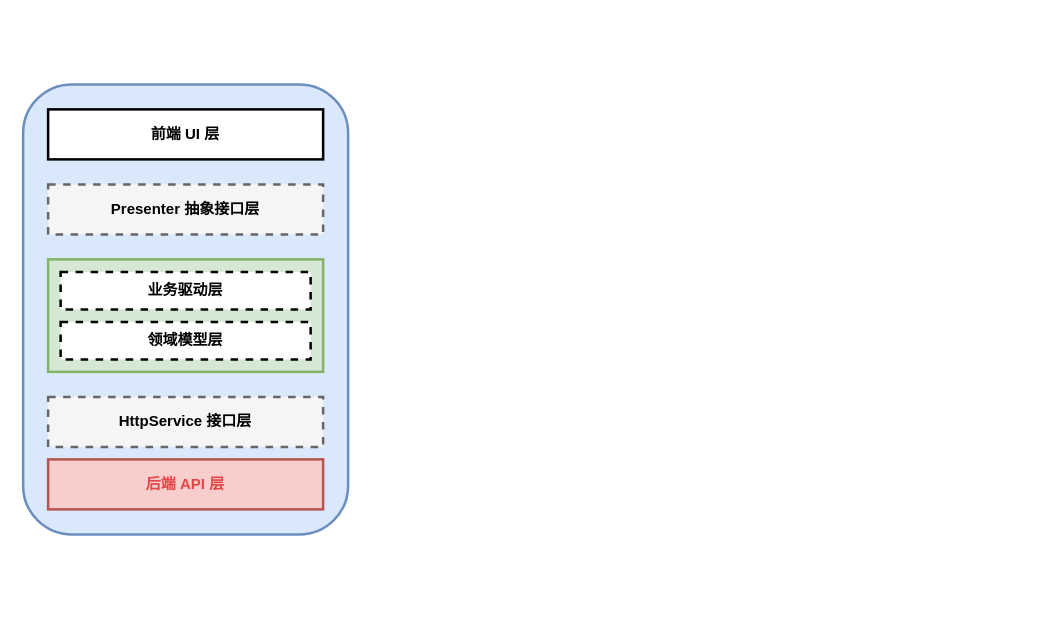
Earlier version of the draw.io diagram 15.drawio (ShawnTu/git-tutorial). Source tidied: cells renumbered, new cells numbered last; positions are measured from the earlier drawing's top-left corner, leaving out a move shared by most shapes. Both pictures are drawn from the tidied source at 125%, with x=0, y=0 at pixel (22, 84).
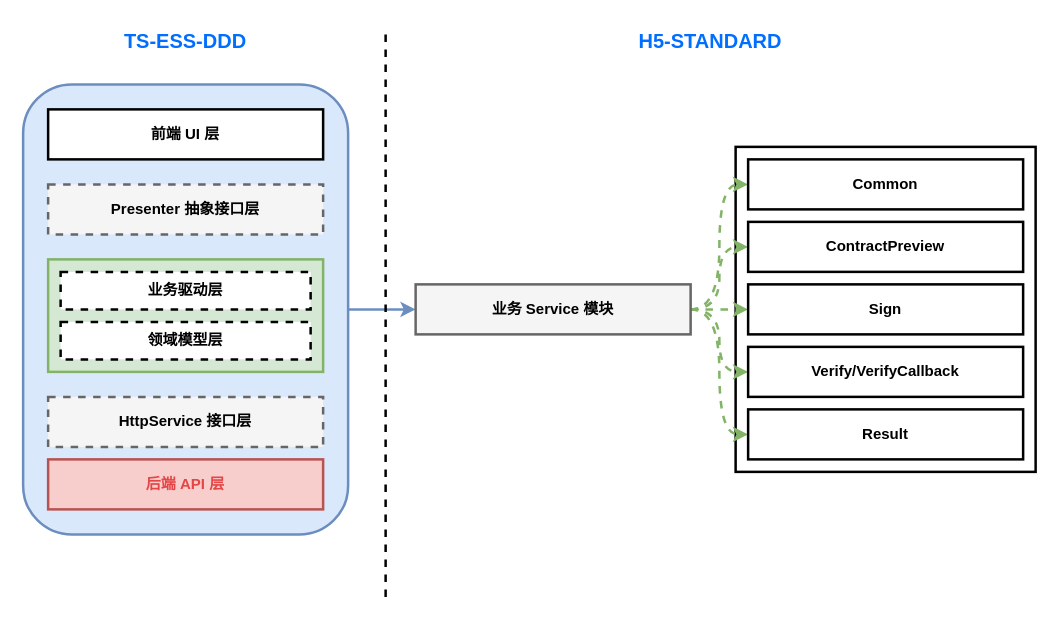
Above is the later version.

The change refers to these unchanged cells:
```xml
<mxCell id="2" style="rounded=1;whiteSpace=wrap;html=1;strokeWidth=2;fillColor=#dae8fc;strokeColor=#6c8ebf;" parent="1" vertex="1">
  <mxGeometry width="260" height="360" as="geometry" />
</mxCell>
```

Change to the diagram source:
```diff
@@
+    <mxCell id="10" style="rounded=0;whiteSpace=wrap;html=1;strokeWidth=2;fontColor=#000000;" parent="1" vertex="1">
+      <mxGeometry x="570" y="50" width="240" height="260" as="geometry" />
+    </mxCell>
+    <mxCell id="11" style="edgeStyle=orthogonalEdgeStyle;rounded=0;jettySize=auto;html=1;entryX=0;entryY=0.5;entryDx=0;entryDy=0;strokeWidth=2;fontColor=#000000;fillColor=#dae8fc;strokeColor=#6c8ebf;" parent="1" edge="1" source="2" target="17">
+      <mxGeometry relative="1" as="geometry" />
+    </mxCell>
@@
+    <mxCell id="12" style="edgeStyle=orthogonalEdgeStyle;rounded=0;jettySize=auto;html=1;entryX=0;entryY=0.5;entryDx=0;entryDy=0;strokeWidth=2;fontColor=#000000;curved=1;dashed=1;fillColor=#d5e8d4;strokeColor=#82b366;" parent="1" edge="1" source="17" target="19">
+      <mxGeometry relative="1" as="geometry" />
+    </mxCell>
+    <mxCell id="13" style="edgeStyle=orthogonalEdgeStyle;curved=1;rounded=0;jettySize=auto;html=1;entryX=0;entryY=0.5;entryDx=0;entryDy=0;dashed=1;strokeWidth=2;fontColor=#000000;fillColor=#d5e8d4;strokeColor=#82b366;" parent="1" edge="1" source="17" target="18">
+      <mxGeometry relative="1" as="geometry" />
+    </mxCell>
+    <mxCell id="14" style="edgeStyle=orthogonalEdgeStyle;curved=1;rounded=0;jettySize=auto;html=1;entryX=0;entryY=0.5;entryDx=0;entryDy=0;dashed=1;strokeWidth=2;fontColor=#000000;fillColor=#d5e8d4;strokeColor=#82b366;" parent="1" edge="1" source="17" target="20">
+      <mxGeometry relative="1" as="geometry" />
+    </mxCell>
+    <mxCell id="15" style="edgeStyle=orthogonalEdgeStyle;curved=1;rounded=0;jettySize=auto;html=1;entryX=0;entryY=0.5;entryDx=0;entryDy=0;dashed=1;strokeWidth=2;fontColor=#000000;fillColor=#d5e8d4;strokeColor=#82b366;" parent="1" edge="1" source="17" target="21">
+      <mxGeometry relative="1" as="geometry" />
+    </mxCell>
+    <mxCell id="16" style="edgeStyle=orthogonalEdgeStyle;curved=1;rounded=0;jettySize=auto;html=1;entryX=0;entryY=0.5;entryDx=0;entryDy=0;dashed=1;strokeWidth=2;fontColor=#000000;fillColor=#d5e8d4;strokeColor=#82b366;" parent="1" edge="1" source="17" target="22">
+      <mxGeometry relative="1" as="geometry" />
+    </mxCell>
+    <mxCell id="17" value="&lt;font color=&quot;#000000&quot;&gt;&lt;b&gt;业务 Service 模块&lt;/b&gt;&lt;/font&gt;" style="rounded=0;whiteSpace=wrap;html=1;fillColor=#f5f5f5;strokeColor=#666666;strokeWidth=2;fontColor=#333333;" parent="1" vertex="1">
+      <mxGeometry x="314" y="160" width="220" height="40" as="geometry" />
+    </mxCell>
+    <mxCell id="18" value="&lt;b&gt;ContractPreview&lt;/b&gt;" style="rounded=0;whiteSpace=wrap;html=1;strokeWidth=2;" parent="1" vertex="1">
+      <mxGeometry x="580" y="110" width="220" height="40" as="geometry" />
+    </mxCell>
+    <mxCell id="19" value="&lt;b&gt;Common&lt;/b&gt;" style="rounded=0;whiteSpace=wrap;html=1;strokeWidth=2;" parent="1" vertex="1">
+      <mxGeometry x="580" y="60" width="220" height="40" as="geometry" />
+    </mxCell>
+    <mxCell id="20" value="&lt;b&gt;Sign&lt;/b&gt;" style="rounded=0;whiteSpace=wrap;html=1;strokeWidth=2;" parent="1" vertex="1">
+      <mxGeometry x="580" y="160" width="220" height="40" as="geometry" />
+    </mxCell>
+    <mxCell id="21" value="&lt;b&gt;Verify/VerifyCallback&lt;/b&gt;" style="rounded=0;whiteSpace=wrap;html=1;strokeWidth=2;" parent="1" vertex="1">
+      <mxGeometry x="580" y="210" width="220" height="40" as="geometry" />
+    </mxCell>
+    <mxCell id="22" value="&lt;b&gt;Result&lt;/b&gt;" style="rounded=0;whiteSpace=wrap;html=1;strokeWidth=2;" parent="1" vertex="1">
+      <mxGeometry x="580" y="260" width="220" height="40" as="geometry" />
+    </mxCell>
+    <mxCell id="23" style="endArrow=none;dashed=1;html=1;rounded=0;fontColor=#000000;strokeWidth=2;" parent="1" edge="1">
+      <mxGeometry relative="1" as="geometry">
+        <mxPoint x="290" y="410" as="sourcePoint" />
+        <mxPoint x="290" y="-40" as="targetPoint" />
+      </mxGeometry>
+    </mxCell>
+    <mxCell id="24" value="&lt;span style=&quot;font-size: 16px;&quot;&gt;&lt;b style=&quot;&quot;&gt;&lt;font color=&quot;#006eff&quot;&gt;TS-ESS-DDD&lt;/font&gt;&lt;/b&gt;&lt;/span&gt;" style="text;html=1;strokeColor=none;fillColor=none;align=center;verticalAlign=middle;whiteSpace=wrap;rounded=0;" parent="1" vertex="1">
+      <mxGeometry x="70" y="-50" width="120" height="30" as="geometry" />
+    </mxCell>
+    <mxCell id="25" value="&lt;font color=&quot;#006eff&quot;&gt;&lt;span style=&quot;font-size: 16px;&quot;&gt;&lt;b&gt;H5-STANDARD&lt;/b&gt;&lt;/span&gt;&lt;/font&gt;" style="text;html=1;strokeColor=none;fillColor=none;align=center;verticalAlign=middle;whiteSpace=wrap;rounded=0;" parent="1" vertex="1">
+      <mxGeometry x="490" y="-50" width="120" height="30" as="geometry" />
+    </mxCell>
```
